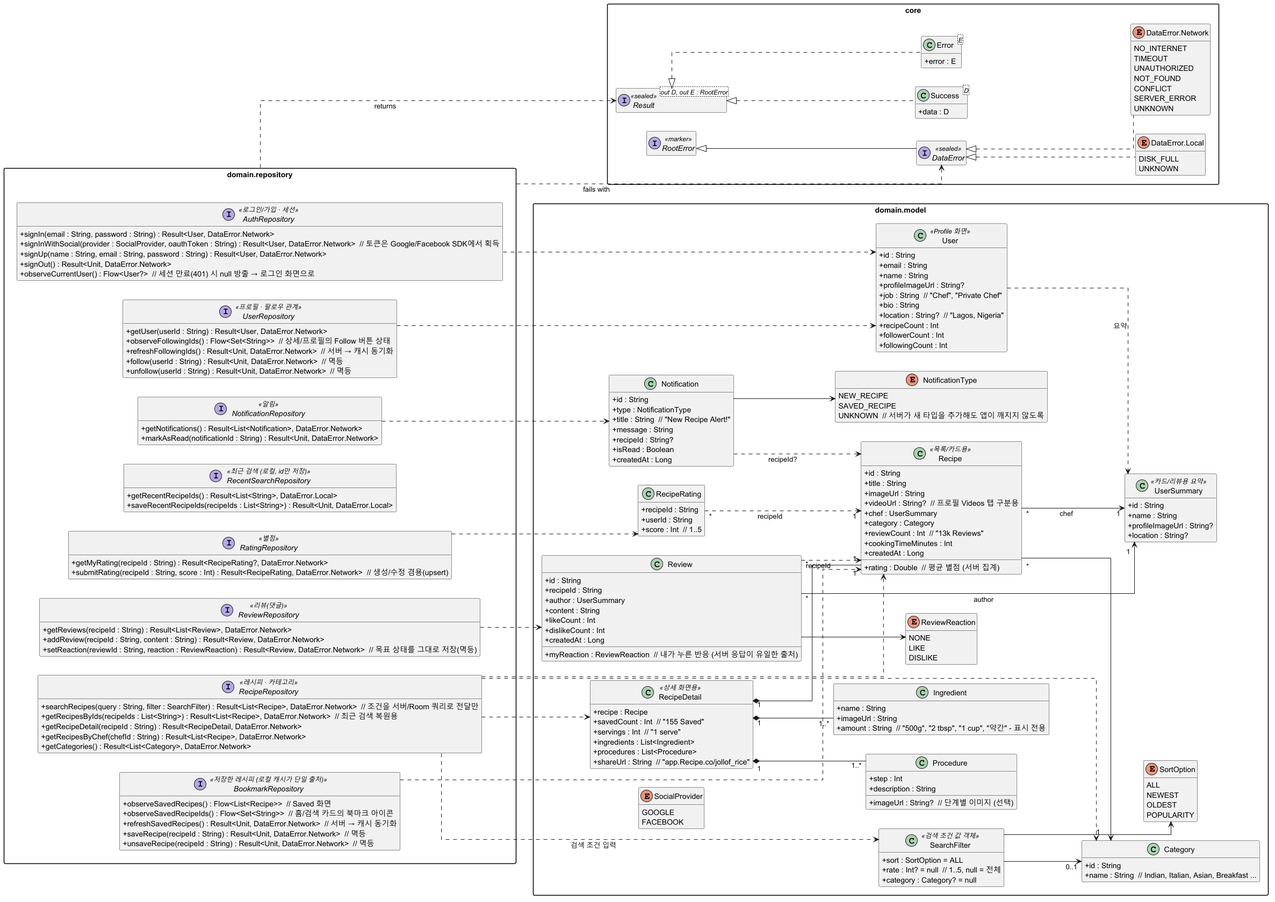
Earlier version of the PlantUML export docs/architecture.png (SurvivalCodingCampus/gangnam3-android).
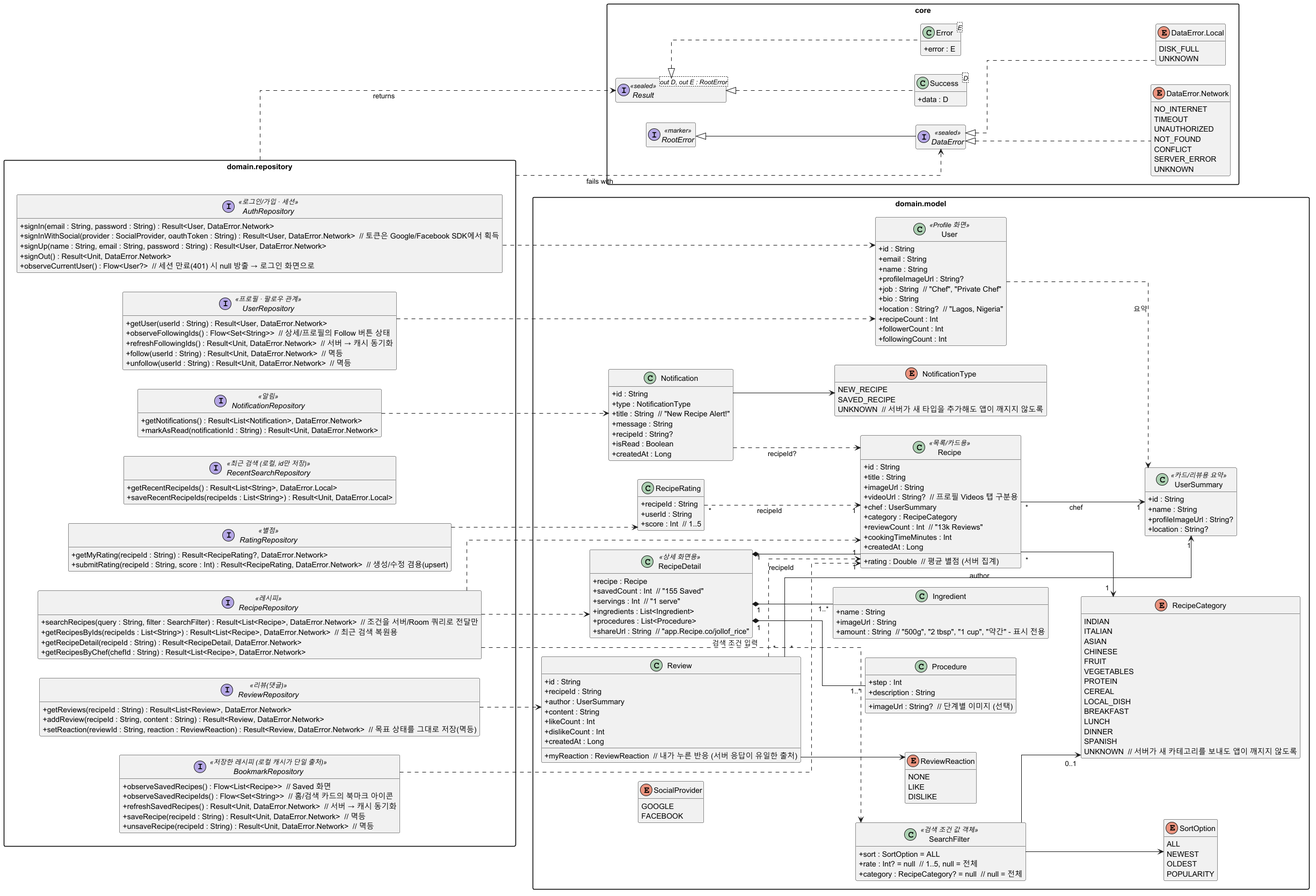
Later version of the same file.

What changed in the source:
```diff
@@ -68,7 +68,7 @@
     + imageUrl : String
     + videoUrl : String?  // 프로필 Videos 탭 구분용
     + chef : UserSummary
-    + category : Category
+    + category : RecipeCategory
     + rating : Double  // 평균 별점 (서버 집계)
     + reviewCount : Int  // "13k Reviews"
     + cookingTimeMinutes : Int
@@ -96,15 +96,27 @@
     + imageUrl : String?  // 단계별 이미지 (선택)
   }
 
-  class Category {
-    + id : String
-    + name : String  // Indian, Italian, Asian, Breakfast ...
+  enum RecipeCategory {
+    INDIAN
+    ITALIAN
+    ASIAN
+    CHINESE
+    FRUIT
+    VEGETABLES
+    PROTEIN
+    CEREAL
+    LOCAL_DISH
+    BREAKFAST
+    LUNCH
+    DINNER
+    SPANISH
+    UNKNOWN  // 서버가 새 카테고리를 보내도 앱이 깨지지 않도록
   }
 
   class SearchFilter <<검색 조건 값 객체>> {
     + sort : SortOption = ALL
     + rate : Int? = null  // 1..5, null = 전체
-    + category : Category? = null
+    + category : RecipeCategory? = null  // null = 전체
   }
 
   enum SortOption {
@@ -162,7 +174,7 @@
   RecipeDetail "1" *-- "1..*" Ingredient
   RecipeDetail "1" *-- "1..*" Procedure
   Review --> ReviewReaction
-  Recipe "*" --> "1" Category
+  Recipe "*" --> "1" RecipeCategory
   Recipe "*" --> "1" UserSummary : chef
   Review "*" --> "1" UserSummary : author
   Review "*" ..> "1" Recipe : recipeId
@@ -170,7 +182,7 @@
   Notification --> NotificationType
   Notification ..> Recipe : recipeId?
   SearchFilter --> SortOption
-  SearchFilter --> "0..1" Category
+  SearchFilter --> "0..1" RecipeCategory
   User ..> UserSummary : 요약
 }
 
@@ -192,12 +204,11 @@
     + unfollow(userId : String) : Result<Unit, DataError.Network>  // 멱등
   }
 
-  interface RecipeRepository <<레시피 · 카테고리>> {
+  interface RecipeRepository <<레시피>> {
     + searchRecipes(query : String, filter : SearchFilter) : Result<List<Recipe>, DataError.Network>  // 조건을 서버/Room 쿼리로 전달만
     + getRecipesByIds(recipeIds : List<String>) : Result<List<Recipe>, DataError.Network>  // 최근 검색 복원용
     + getRecipeDetail(recipeId : String) : Result<RecipeDetail, DataError.Network>
     + getRecipesByChef(chefId : String) : Result<List<Recipe>, DataError.Network>
-    + getCategories() : Result<List<Category>, DataError.Network>
   }
 
   interface RecentSearchRepository <<최근 검색 (로컬, id만 저장)>> {
@@ -234,7 +245,6 @@
 UserRepository ..> User
 RecipeRepository ..> Recipe
 RecipeRepository ..> RecipeDetail
-RecipeRepository ..> Category
 RecipeRepository ..> SearchFilter : 검색 조건 입력
 BookmarkRepository ..> Recipe
 ReviewRepository ..> Review
```
